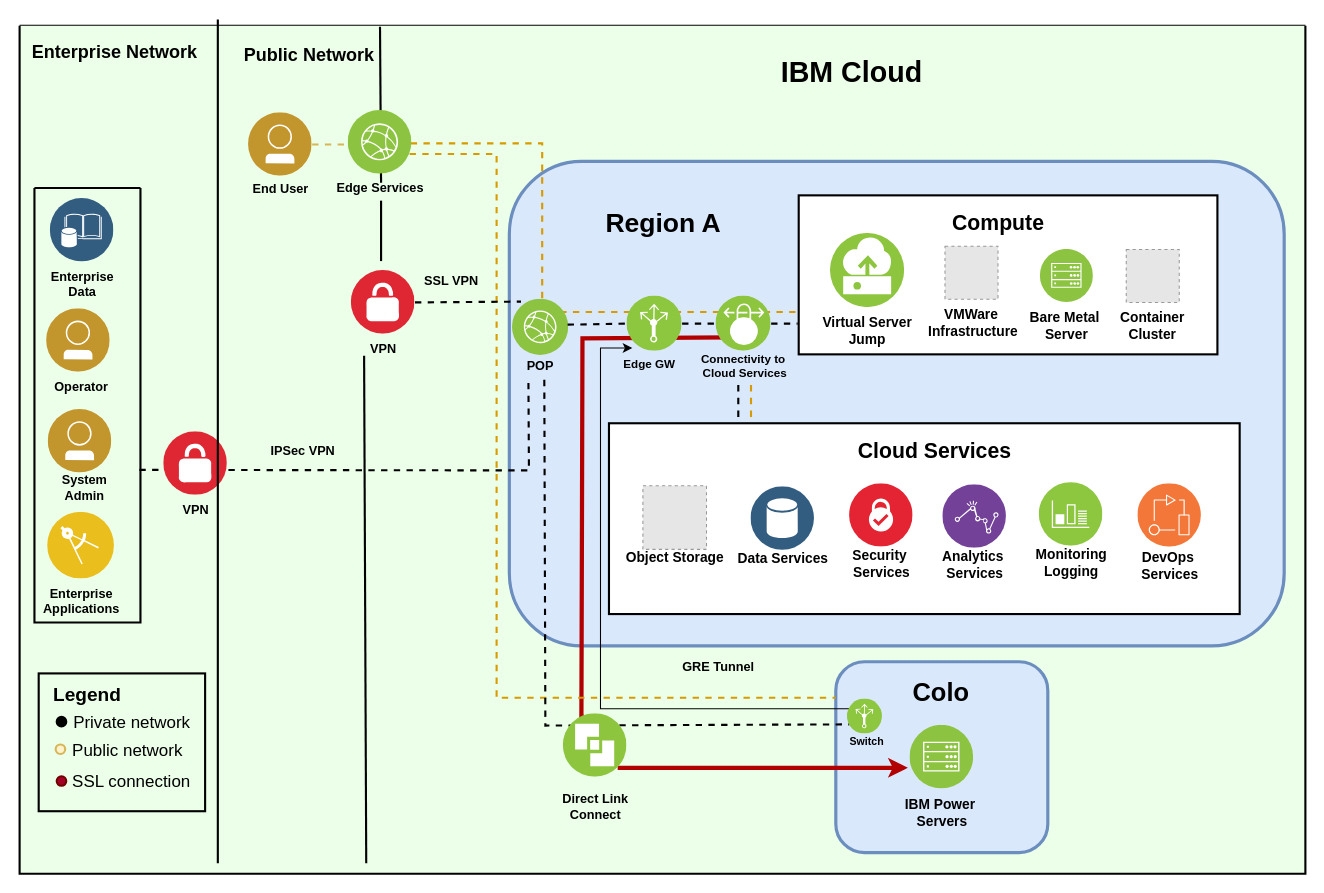
The draw.io diagram page "network-private-ipsec-gre" (2 of 7) of diagrams/power-iaas-diagram-enhanced.drawio in ibm-cloud-docs/power-iaas, before the edit. Source tidied: cells renumbered, new cells numbered last; positions are measured from the earlier drawing's top-left corner, leaving out a move shared by most shapes. Both pictures are drawn from the tidied source at 106%, with x=0, y=0 at pixel (19, 19). Pictures stored in the file or linked from it are replaced by grey dashed boxes.
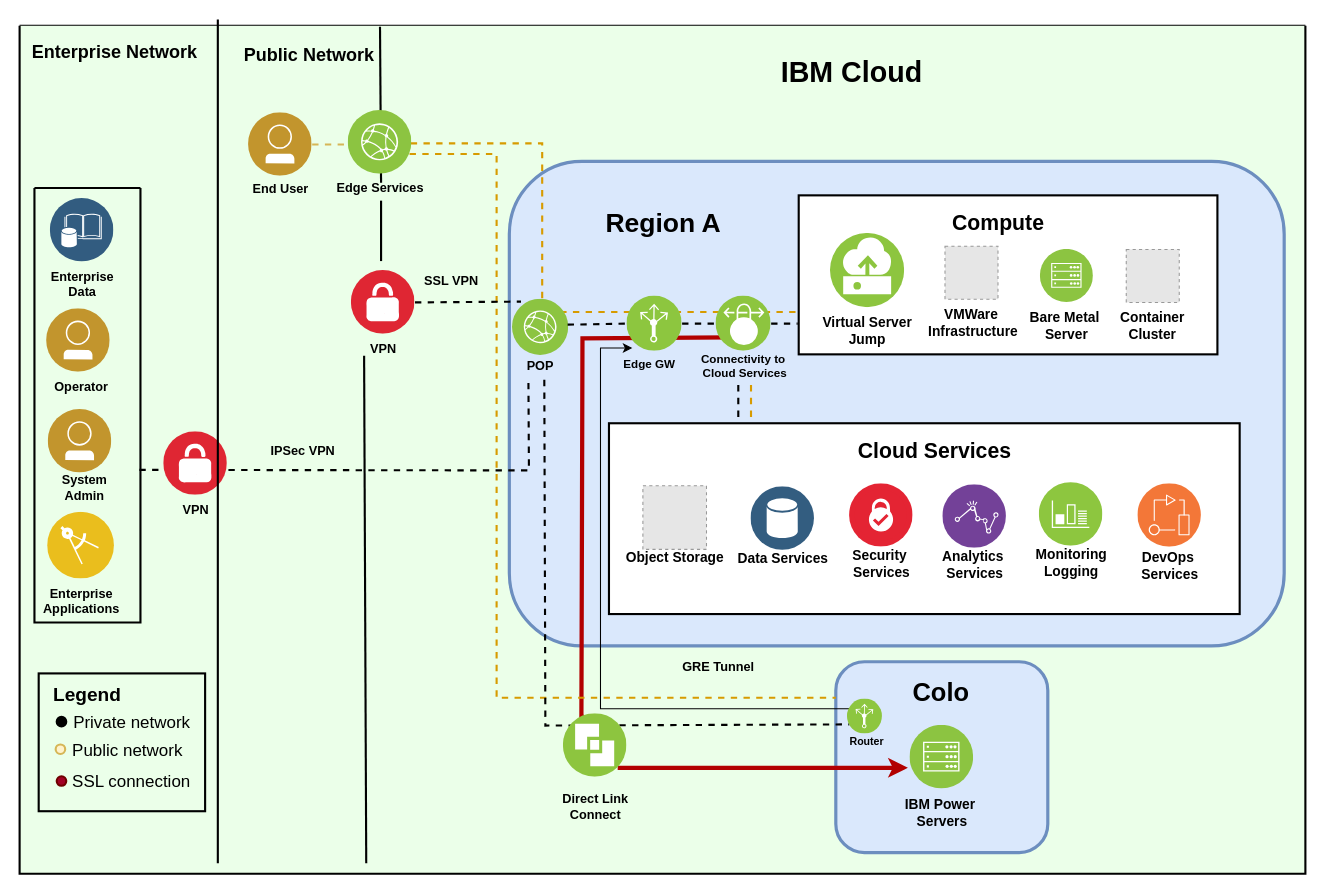
The same page after the edit.

Commit message (it also covers changes not shown here):
Replace switch with router in networking diagrams

Unchanged cells that the change refers to:
```xml
<mxCell id="2" style="swimlane;shadow=0;align=right;startSize=0;strokeWidth=2;fontStyle=1;fontSize=10;verticalAlign=top;spacingTop=-6;html=1;labelBackgroundColor=none;swimlaneLine=1;swimlaneFillColor=#EBFFE9;fillColor=#e51400;strokeColor=#000000;fontColor=#33FFFF;labelBorderColor=none;" parent="1" vertex="1">
  <mxGeometry y="5.8" width="1213" height="800" as="geometry" />
</mxCell>
```

The edit, as a diff of the source:
```diff
@@
-    <mxCell id="69" value="Switch" style="text;html=1;align=center;verticalAlign=middle;fillColor=none;strokeColor=none;rounded=0;labelBackgroundColor=none;fontSize=10;fontColor=none;fontStyle=1;" parent="2" vertex="1">
+    <mxCell id="69" value="Router" style="text;html=1;align=center;verticalAlign=middle;fillColor=none;strokeColor=none;rounded=0;labelBackgroundColor=none;fontSize=10;fontColor=none;fontStyle=1;" parent="2" vertex="1">
       <mxGeometry x="777" y="666.2" width="43" height="17" as="geometry" />
     </mxCell>
```
